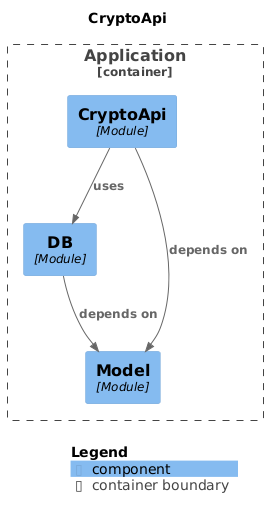
pmlobanov/JavaSpring_CryptoCurrency-Bot keeps this PlantUML diagram as docs/images/diagrams/cryptoApi_diagram.png. Above is the earlier version. Source of this version:
```plantuml
@startuml
set separator none
title CryptoApi

top to bottom direction

!include <C4/C4>
!include <C4/C4_Context>
!include <C4/C4_Component>

Container_Boundary("Application.Application_boundary", "Application", $tags="") {
  Component(Application.Application.DB, "DB", $techn="Module", $descr="", $tags="", $link="")
  Component(Application.Application.CryptoApi, "CryptoApi", $techn="Module", $descr="", $tags="", $link="")
  Component(Application.Application.Model, "Model", $techn="Module", $descr="", $tags="", $link="")
}

Rel(Application.Application.CryptoApi, Application.Application.Model, "depends on", $techn="", $tags="", $link="")
Rel(Application.Application.CryptoApi, Application.Application.DB, "uses", $techn="", $tags="", $link="")
Rel(Application.Application.DB, Application.Application.Model, "depends on", $techn="", $tags="", $link="")

SHOW_LEGEND(true)
@enduml
```
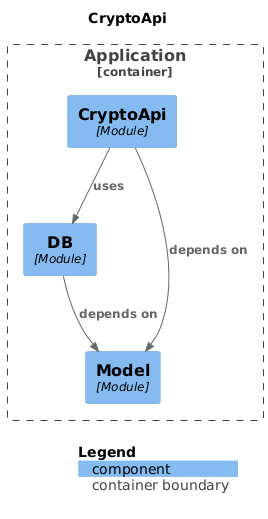
After the change.

What changed in the source:
```diff
@@ -14,9 +14,9 @@
   Component(Application.Application.Model, "Model", $techn="Module", $descr="", $tags="", $link="")
 }
 
+Rel(Application.Application.DB, Application.Application.Model, "depends on", $techn="", $tags="", $link="")
 Rel(Application.Application.CryptoApi, Application.Application.Model, "depends on", $techn="", $tags="", $link="")
 Rel(Application.Application.CryptoApi, Application.Application.DB, "uses", $techn="", $tags="", $link="")
-Rel(Application.Application.DB, Application.Application.Model, "depends on", $techn="", $tags="", $link="")
 
 SHOW_LEGEND(true)
 @enduml
```
